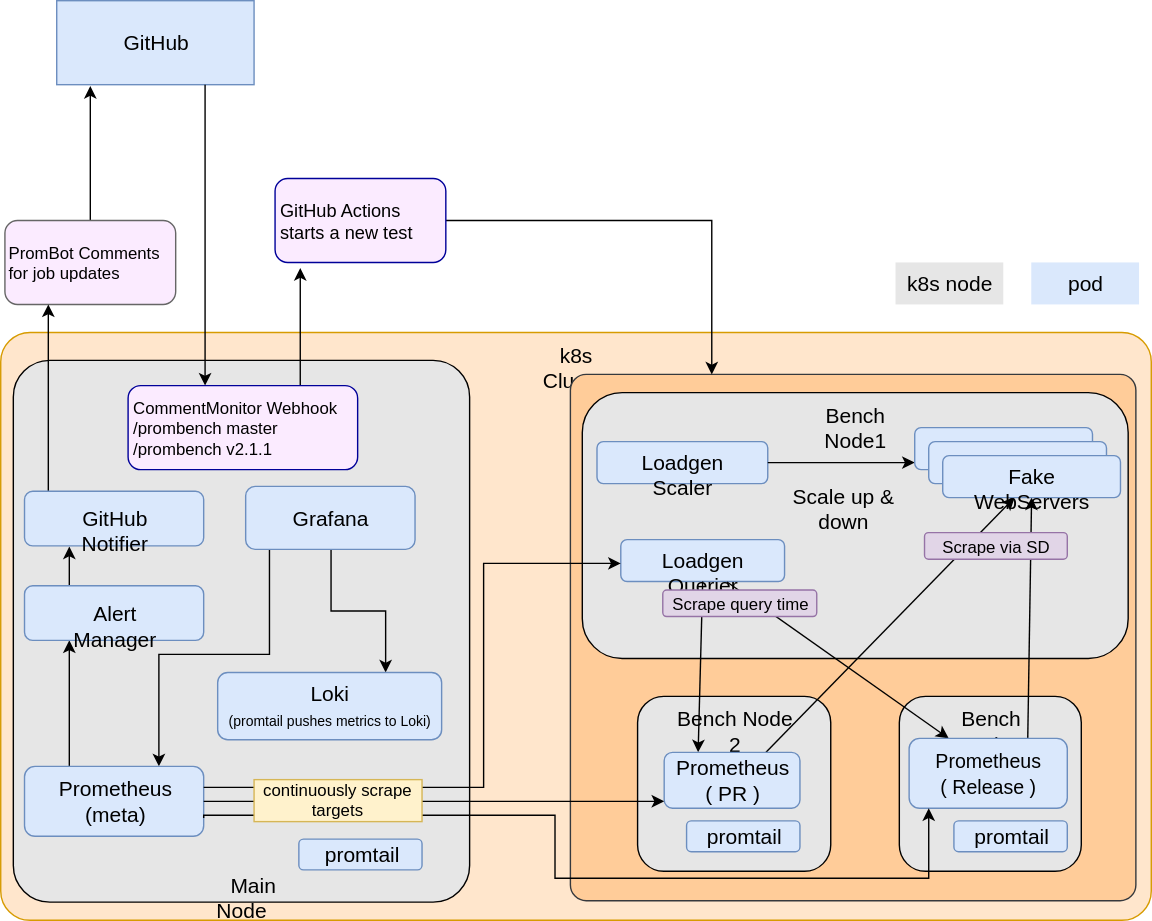
The draw.io diagram prombench/design.svg in prometheus/test-infra, before a commit. Source tidied: cells renumbered, new cells last; positions are measured from the earlier drawing's top-left corner, leaving out a move shared by most shapes.
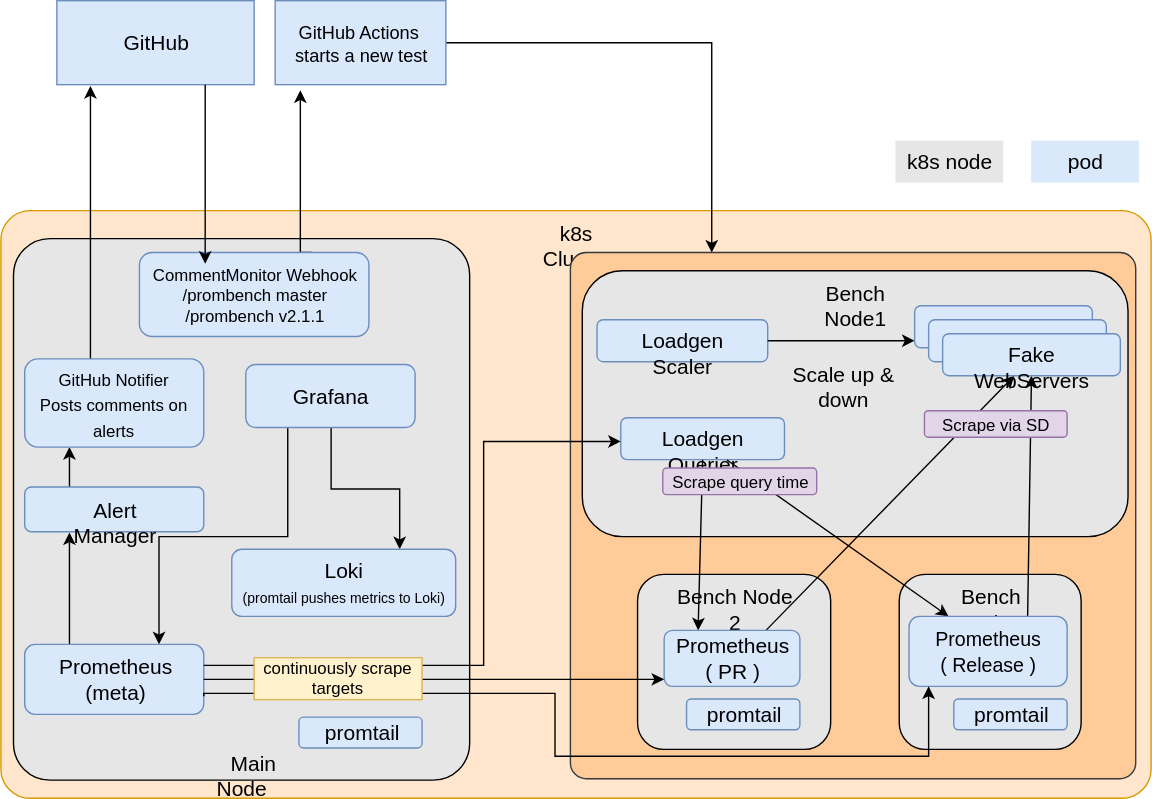
After the commit.

Change to the diagram source:
```diff
@@ -9,7 +9,7 @@
       <mxGeometry x="407" y="267" width="404" height="376" as="geometry" />
     </mxCell>
     <mxCell id="4" value="GitHub" style="rounded=0;whiteSpace=wrap;html=1;fontSize=15;fontColor=#000000;fillColor=#dae8fc;strokeColor=#6c8ebf;" parent="1" vertex="1">
-      <mxGeometry x="40" width="141" height="60" as="geometry" />
+      <mxGeometry x="40" y="87" width="141" height="60" as="geometry" />
     </mxCell>
     <mxCell id="5" value="&amp;nbsp; &amp;nbsp; Main Node" style="rounded=1;whiteSpace=wrap;html=1;labelBackgroundColor=none;fillColor=#E6E6E6;strokeColor=#000000;verticalAlign=bottom;fontSize=15;fontColor=#000000;arcSize=8;align=center;" parent="1" vertex="1">
       <mxGeometry x="9" y="257" width="326" height="387" as="geometry" />
@@ -17,35 +17,31 @@
     <mxCell id="6" style="edgeStyle=orthogonalEdgeStyle;rounded=0;jumpStyle=none;jettySize=auto;html=1;exitX=0.25;exitY=0;exitDx=0;exitDy=0;entryX=0.25;entryY=1;entryDx=0;entryDy=0;startArrow=none;startFill=0;endArrow=classic;endFill=1;" parent="1" edge="1" source="8" target="18">
       <mxGeometry relative="1" as="geometry" />
     </mxCell>
-    <mxCell id="7" style="edgeStyle=orthogonalEdgeStyle;rounded=0;jumpStyle=none;jettySize=auto;html=1;exitX=0.75;exitY=0;exitDx=0;exitDy=0;entryX=0.25;entryY=1;entryDx=0;entryDy=0;startArrow=classic;startFill=1;endArrow=none;endFill=0;" parent="1" edge="1" source="8" target="10">
-      <mxGeometry relative="1" as="geometry">
-        <Array as="points">
-          <mxPoint x="113" y="467" />
-          <mxPoint x="192" y="467" />
-        </Array>
-      </mxGeometry>
-    </mxCell>
     <mxCell id="8" value="Prometheus&lt;br&gt;(meta)" style="rounded=1;whiteSpace=wrap;html=1;fontSize=15;fontColor=#000000;fillColor=#dae8fc;strokeColor=#6c8ebf;align=center;" parent="1" vertex="1">
       <mxGeometry x="17" y="547" width="128" height="50" as="geometry" />
     </mxCell>
     <mxCell id="9" style="edgeStyle=orthogonalEdgeStyle;rounded=0;jumpStyle=none;jettySize=auto;html=1;exitX=0.5;exitY=1;exitDx=0;exitDy=0;entryX=0.75;entryY=0;entryDx=0;entryDy=0;startArrow=none;startFill=0;endArrow=classic;endFill=1;" parent="1" edge="1" source="10" target="40">
       <mxGeometry relative="1" as="geometry" />
     </mxCell>
+    <mxCell id="51" style="edgeStyle=orthogonalEdgeStyle;rounded=0;jettySize=auto;html=1;exitX=0.25;exitY=1;exitDx=0;exitDy=0;entryX=0.75;entryY=0;entryDx=0;entryDy=0;" parent="1" edge="1" source="10" target="8">
+      <mxGeometry relative="1" as="geometry" />
+    </mxCell>
     <mxCell id="10" value="Grafana" style="rounded=1;whiteSpace=wrap;html=1;fontSize=15;fontColor=#000000;fillColor=#dae8fc;strokeColor=#6c8ebf;" parent="1" vertex="1">
       <mxGeometry x="175" y="347" width="121" height="45" as="geometry" />
     </mxCell>
     <mxCell id="11" style="edgeStyle=orthogonalEdgeStyle;rounded=0;jettySize=auto;html=1;exitX=0.75;exitY=0;exitDx=0;exitDy=0;entryX=0.148;entryY=1.067;entryDx=0;entryDy=0;entryPerimeter=0;" parent="1" edge="1" source="12" target="39">
-      <mxGeometry relative="1" as="geometry" />
+      <mxGeometry relative="1" as="geometry">
+        <Array as="points">
+          <mxPoint x="214" y="267" />
+        </Array>
+      </mxGeometry>
     </mxCell>
-    <mxCell id="12" value="&lt;div&gt;&lt;span&gt;CommentMonitor Webhook&lt;/span&gt;&lt;/div&gt;&lt;div&gt;&lt;span&gt;/prombench master&lt;/span&gt;&lt;/div&gt;&lt;span&gt;&lt;div&gt;&lt;span&gt;/prombench v&lt;/span&gt;&lt;span&gt;2.1.1&lt;/span&gt;&lt;/div&gt;&lt;/span&gt;" style="rounded=1;whiteSpace=wrap;html=1;labelBackgroundColor=none;fillColor=#FBEBFF;strokeColor=#000099;spacingTop=0;spacingLeft=1;align=left;" parent="1" vertex="1">
-      <mxGeometry x="91" y="275" width="164" height="60" as="geometry" />
+    <mxCell id="12" value="&lt;div&gt;&lt;span&gt;CommentMonitor Webhook&lt;/span&gt;&lt;/div&gt;&lt;div&gt;&lt;span&gt;/prombench master&lt;/span&gt;&lt;/div&gt;&lt;span&gt;&lt;div&gt;&lt;span&gt;/prombench v&lt;/span&gt;&lt;span&gt;2.1.1&lt;/span&gt;&lt;/div&gt;&lt;/span&gt;" style="rounded=1;whiteSpace=wrap;html=1;labelBackgroundColor=none;fillColor=#dae8fc;strokeColor=#6c8ebf;spacingTop=0;spacingLeft=1;align=center;" parent="1" vertex="1">
+      <mxGeometry x="99" y="267" width="164" height="60" as="geometry" />
     </mxCell>
-    <mxCell id="13" style="edgeStyle=orthogonalEdgeStyle;rounded=0;jumpStyle=none;jettySize=auto;html=1;exitX=0.5;exitY=0;exitDx=0;exitDy=0;entryX=0.17;entryY=1.017;entryDx=0;entryDy=0;entryPerimeter=0;startArrow=none;startFill=0;endArrow=classic;endFill=1;" parent="1" edge="1" source="14" target="4">
+    <mxCell id="13" style="edgeStyle=orthogonalEdgeStyle;rounded=0;jumpStyle=none;jettySize=auto;html=1;exitX=0.367;exitY=0.063;exitDx=0;exitDy=0;entryX=0.17;entryY=1.017;entryDx=0;entryDy=0;entryPerimeter=0;startArrow=none;startFill=0;endArrow=classic;endFill=1;exitPerimeter=0;" parent="1" edge="1" source="45" target="4">
       <mxGeometry relative="1" as="geometry" />
     </mxCell>
-    <mxCell id="14" value="PromBot Comments&lt;br&gt;for job updates" style="rounded=1;whiteSpace=wrap;html=1;labelBackgroundColor=none;fillColor=#FBEBFF;strokeColor=#666666;align=left;" parent="1" vertex="1">
-      <mxGeometry x="3" y="157" width="122" height="60" as="geometry" />
-    </mxCell>
     <mxCell id="15" value="pod" style="rounded=0;whiteSpace=wrap;html=1;glass=0;labelBackgroundColor=none;fillColor=#DAE8FC;fontSize=15;fontColor=#000000;strokeColor=none;" parent="1" vertex="1">
       <mxGeometry x="736.3" y="187" width="77" height="30" as="geometry" />
     </mxCell>
@@ -56,7 +52,7 @@
       <mxGeometry relative="1" as="geometry" />
     </mxCell>
     <mxCell id="18" value="Alert Manager&lt;br&gt;" style="rounded=1;whiteSpace=wrap;html=1;fontSize=15;fontColor=#000000;fillColor=#dae8fc;strokeColor=#6c8ebf;" parent="1" vertex="1">
-      <mxGeometry x="17" y="418" width="128" height="39" as="geometry" />
+      <mxGeometry x="17" y="434.5" width="128" height="32" as="geometry" />
     </mxCell>
     <mxCell id="19" value="Bench Node3&lt;br&gt;&lt;br&gt;&lt;br&gt;" style="rounded=1;whiteSpace=wrap;html=1;fontSize=15;fontColor=#000000;verticalAlign=top;fillColor=#E6E6E6;" parent="1" vertex="1">
       <mxGeometry x="642" y="497" width="130" height="125" as="geometry" />
@@ -120,11 +116,11 @@
     <mxCell id="38" style="edgeStyle=orthogonalEdgeStyle;rounded=0;jettySize=auto;html=1;exitX=1;exitY=0.5;exitDx=0;exitDy=0;entryX=0.25;entryY=0;entryDx=0;entryDy=0;endArrow=classic;endFill=1;" parent="1" edge="1" source="39" target="3">
       <mxGeometry relative="1" as="geometry" />
     </mxCell>
-    <mxCell id="39" value="&lt;div style=&quot;font-size: 13px&quot;&gt;&lt;font style=&quot;font-size: 13px&quot;&gt;GitHub Actions&amp;nbsp;&lt;/font&gt;&lt;/div&gt;&lt;div style=&quot;font-size: 13px&quot;&gt;&lt;font style=&quot;font-size: 13px&quot;&gt;starts a new test&lt;/font&gt;&lt;br&gt;&lt;/div&gt;" style="rounded=1;whiteSpace=wrap;html=1;labelBackgroundColor=none;fillColor=#FBEBFF;strokeColor=#000099;spacingTop=0;spacingLeft=1;align=left;" parent="1" vertex="1">
-      <mxGeometry x="196" y="127" width="122" height="60" as="geometry" />
+    <mxCell id="39" value="&lt;div style=&quot;font-size: 13px&quot;&gt;&lt;font style=&quot;font-size: 13px&quot;&gt;GitHub Actions&amp;nbsp;&lt;/font&gt;&lt;/div&gt;&lt;div style=&quot;font-size: 13px&quot;&gt;&lt;font style=&quot;font-size: 13px&quot;&gt;starts a new test&lt;/font&gt;&lt;br&gt;&lt;/div&gt;" style="rounded=0;whiteSpace=wrap;html=1;labelBackgroundColor=none;fillColor=#dae8fc;strokeColor=#6c8ebf;spacingTop=0;spacingLeft=1;align=center;" parent="1" vertex="1">
+      <mxGeometry x="196" y="87" width="122" height="60" as="geometry" />
     </mxCell>
     <mxCell id="40" value="&lt;font&gt;Loki&lt;br&gt;&lt;font style=&quot;font-size: 10px&quot;&gt;(promtail pushes metrics to Loki)&lt;/font&gt;&lt;/font&gt;" style="rounded=1;whiteSpace=wrap;html=1;fontSize=15;fontColor=#000000;fillColor=#dae8fc;strokeColor=#6c8ebf;align=center;" parent="1" vertex="1">
-      <mxGeometry x="155" y="480" width="160" height="48" as="geometry" />
+      <mxGeometry x="165" y="479" width="160" height="48" as="geometry" />
     </mxCell>
     <mxCell id="41" value="promtail" style="rounded=1;whiteSpace=wrap;html=1;fontSize=15;fontColor=#000000;fillColor=#dae8fc;strokeColor=#6c8ebf;verticalAlign=middle;" parent="1" vertex="1">
       <mxGeometry x="213" y="599" width="88" height="22" as="geometry" />
@@ -135,15 +131,8 @@
     <mxCell id="43" value="promtail" style="rounded=1;whiteSpace=wrap;html=1;fontSize=15;fontColor=#000000;fillColor=#dae8fc;strokeColor=#6c8ebf;" parent="1" vertex="1">
       <mxGeometry x="681" y="586" width="81" height="22" as="geometry" />
     </mxCell>
-    <mxCell id="44" style="edgeStyle=orthogonalEdgeStyle;rounded=0;jumpStyle=none;jettySize=auto;html=1;exitX=0;exitY=0.25;exitDx=0;exitDy=0;entryX=0.25;entryY=1;entryDx=0;entryDy=0;startArrow=none;startFill=0;endArrow=classic;endFill=1;" parent="1" edge="1" source="45" target="14">
-      <mxGeometry relative="1" as="geometry">
-        <Array as="points">
-          <mxPoint x="34" y="360" />
-        </Array>
-      </mxGeometry>
-    </mxCell>
-    <mxCell id="45" value="GitHub Notifier" style="rounded=1;whiteSpace=wrap;html=1;fontSize=15;fontColor=#000000;fillColor=#dae8fc;strokeColor=#6c8ebf;align=center;" parent="1" vertex="1">
-      <mxGeometry x="17" y="350.5" width="128" height="39" as="geometry" />
+    <mxCell id="45" value="&lt;font style=&quot;font-size: 12px&quot;&gt;GitHub Notifier&lt;br&gt;Posts comments on alerts&lt;br&gt;&lt;/font&gt;" style="rounded=1;whiteSpace=wrap;html=1;fontSize=15;fontColor=#000000;fillColor=#dae8fc;strokeColor=#6c8ebf;align=center;" parent="1" vertex="1">
+      <mxGeometry x="17" y="343" width="128" height="63" as="geometry" />
     </mxCell>
     <mxCell id="46" style="edgeStyle=orthogonalEdgeStyle;rounded=0;jumpStyle=none;orthogonalLoop=1;jettySize=auto;html=1;exitX=1;exitY=0.25;exitDx=0;exitDy=0;entryX=0;entryY=0.5;entryDx=0;entryDy=0;startArrow=none;startFill=0;endArrow=classic;endFill=1;" parent="1" edge="1">
       <mxGeometry relative="1" as="geometry">
```
